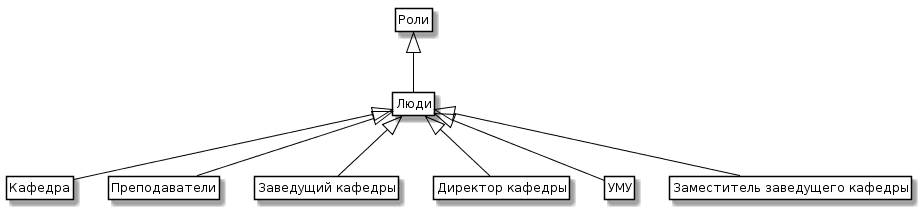
Earlier version of the PlantUML export Роли.png (AnastasyTol/AnastasyTol.github.io).
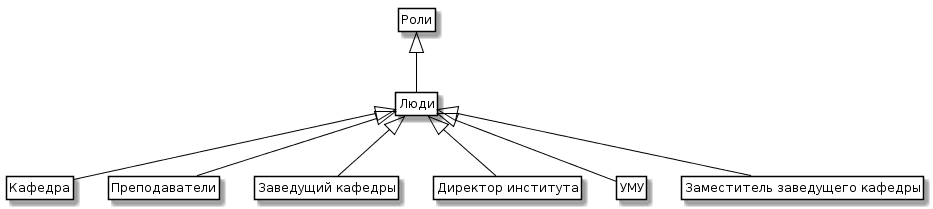
Above is the later version.

What changed in the source:
```diff
@@ -10,7 +10,7 @@
 Люди   <|-- "Кафедра"
 Люди   <|-- "Преподаватели"
 Люди   <|-- "Заведущий кафедры"
-Люди   <|-- "Директор кафедры"
+Люди   <|-- "Директор института"
 Люди   <|-- "УМУ"
 Люди   <|-- "Заместитель заведущего кафедры"
 
```
